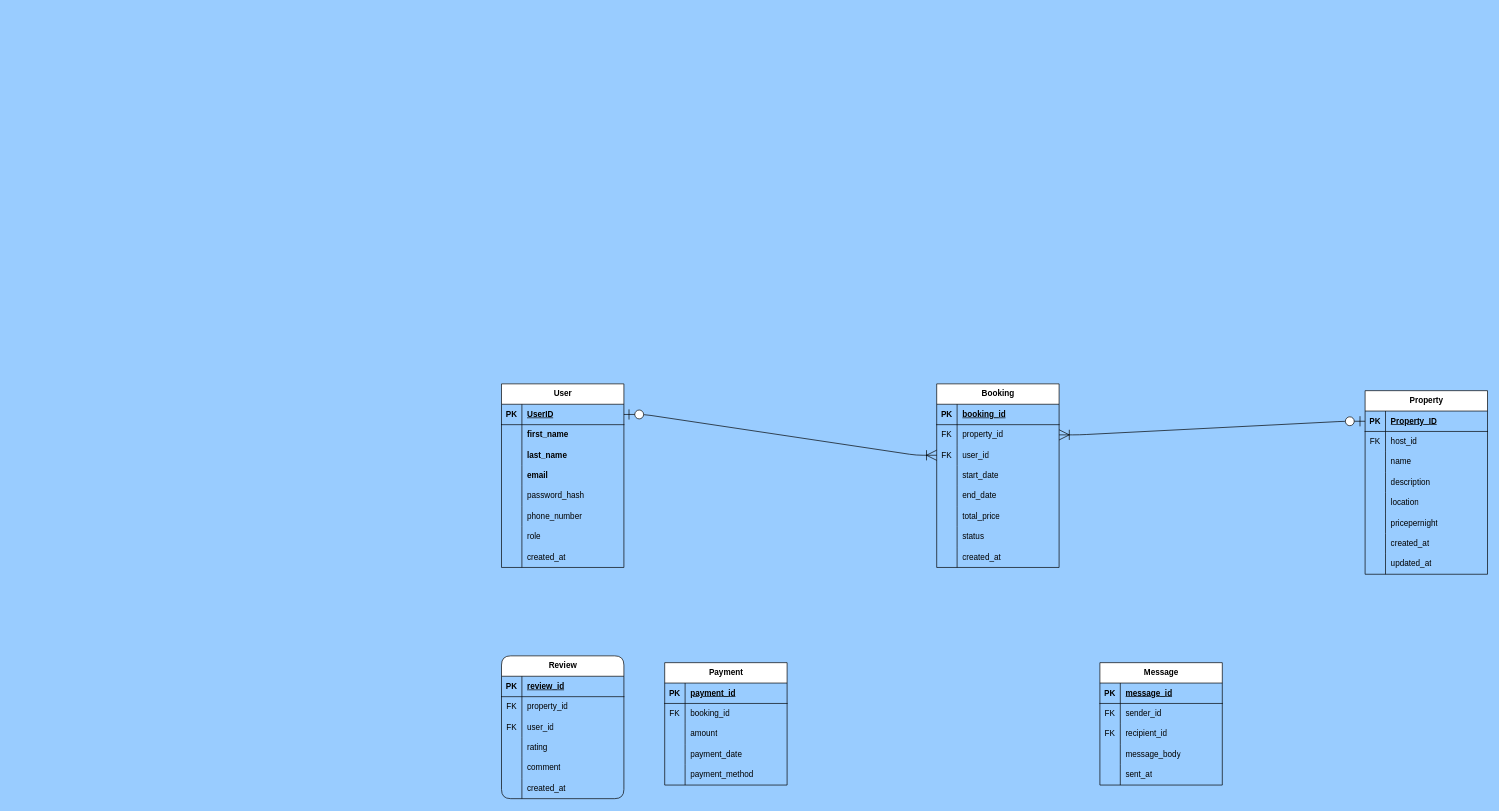
Earlier version of the draw.io diagram ERD/ERD.drawio (SimangaThinkDev/alx-airbnb-database). Source tidied: cells renumbered, new cells numbered last; positions are measured from the earlier drawing's top-left corner, leaving out a move shared by most shapes. Both pictures are drawn from the tidied source at 68%, with x=0, y=0 at pixel (501, 384).
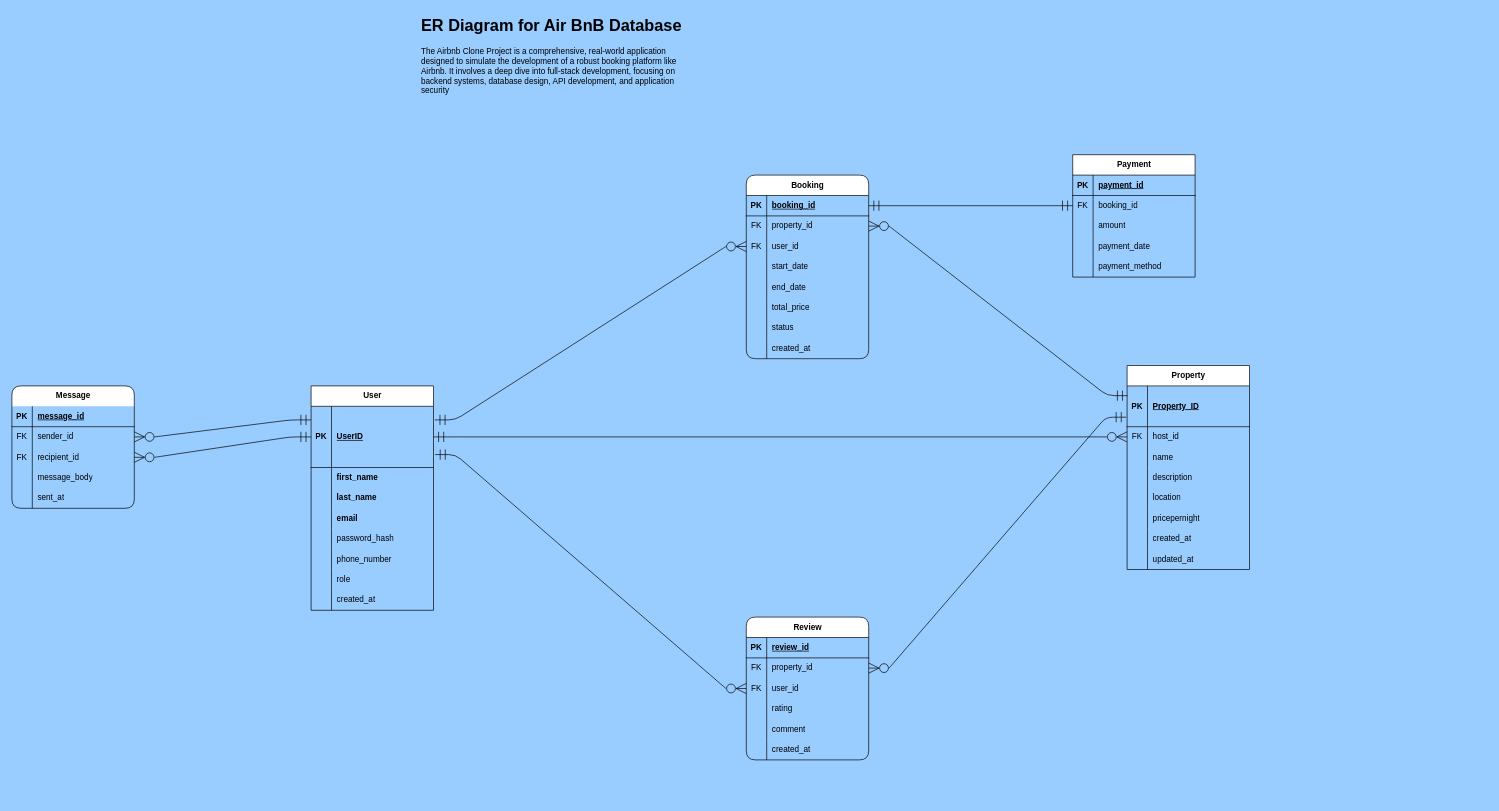
After the change.

Commit message (it also covers changes not shown here):
Done editing ER Diagram for the database

Unchanged cells that the change refers to:
```xml
<mxCell id="53" style="shape=tableRow;horizontal=0;startSize=0;swimlaneHead=0;swimlaneBody=0;fillColor=none;points=[[0,0.5],[1,0.5]];portConstraint=eastwest;top=0;left=0;right=0;bottom=1;" parent="52" vertex="1">
  <mxGeometry y="30" width="180" height="30" as="geometry" />
</mxCell>
<mxCell id="56" style="shape=tableRow;horizontal=0;startSize=0;swimlaneHead=0;swimlaneBody=0;fillColor=none;points=[[0,0.5],[1,0.5]];portConstraint=eastwest;top=0;left=0;right=0;bottom=0;" parent="52" vertex="1">
  <mxGeometry y="60" width="180" height="30" as="geometry" />
</mxCell>
<mxCell id="59" style="shape=tableRow;horizontal=0;startSize=0;swimlaneHead=0;swimlaneBody=0;fillColor=none;points=[[0,0.5],[1,0.5]];portConstraint=eastwest;top=0;left=0;right=0;bottom=0;" parent="52" vertex="1">
  <mxGeometry y="90" width="180" height="30" as="geometry" />
</mxCell>
<mxCell id="81" style="shape=tableRow;horizontal=0;startSize=0;swimlaneHead=0;swimlaneBody=0;fillColor=none;points=[[0,0.5],[1,0.5]];portConstraint=eastwest;top=0;left=0;right=0;bottom=0;" parent="77" vertex="1">
  <mxGeometry y="60" width="180" height="30" as="geometry" />
</mxCell>
<mxCell id="97" style="shape=tableRow;horizontal=0;startSize=0;swimlaneHead=0;swimlaneBody=0;fillColor=none;points=[[0,0.5],[1,0.5]];portConstraint=eastwest;top=0;left=0;right=0;bottom=0;" parent="93" vertex="1">
  <mxGeometry y="60" width="180" height="30" as="geometry" />
</mxCell>
<mxCell id="100" style="shape=tableRow;horizontal=0;startSize=0;swimlaneHead=0;swimlaneBody=0;fillColor=none;points=[[0,0.5],[1,0.5]];portConstraint=eastwest;top=0;left=0;right=0;bottom=0;" parent="93" vertex="1">
  <mxGeometry y="90" width="180" height="30" as="geometry" />
</mxCell>
<mxCell id="116" style="shape=tableRow;horizontal=0;startSize=0;swimlaneHead=0;swimlaneBody=0;fillColor=none;points=[[0,0.5],[1,0.5]];portConstraint=eastwest;top=0;left=0;right=0;bottom=0;" parent="112" vertex="1">
  <mxGeometry y="60" width="180" height="30" as="geometry" />
</mxCell>
<mxCell id="119" style="shape=tableRow;horizontal=0;startSize=0;swimlaneHead=0;swimlaneBody=0;fillColor=none;points=[[0,0.5],[1,0.5]];portConstraint=eastwest;top=0;left=0;right=0;bottom=0;" parent="112" vertex="1">
  <mxGeometry y="90" width="180" height="30" as="geometry" />
</mxCell>
```

The edit, as a diff of the source:
```diff
@@
     <mxCell id="2" value="User" style="shape=table;startSize=30;childLayout=tableLayout;rowLines=0;fontStyle=1;align=center;html=1;" parent="1" vertex="1">
-      <mxGeometry width="180" height="270" as="geometry" />
+      <mxGeometry x="-280" y="3" width="180" height="330" as="geometry" />
     </mxCell>
     <mxCell id="3" style="shape=tableRow;horizontal=0;startSize=0;swimlaneHead=0;swimlaneBody=0;fillColor=none;points=[[0,0.5],[1,0.5]];portConstraint=eastwest;top=0;left=0;right=0;bottom=1;" parent="2" vertex="1">
-      <mxGeometry y="30" width="180" height="30" as="geometry" />
+      <mxGeometry y="30" width="180" height="90" as="geometry" />
     </mxCell>
     <mxCell id="4" value="PK" style="shape=partialRectangle;fillColor=none;top=0;left=0;bottom=0;right=0;fontStyle=1;overflow=hidden;whiteSpace=wrap;html=1;" parent="3" vertex="1">
-      <mxGeometry width="30" height="30" as="geometry" />
+      <mxGeometry width="30" height="90" as="geometry" />
     </mxCell>
     <mxCell id="5" value="UserID" style="shape=partialRectangle;fillColor=none;top=0;left=0;bottom=0;right=0;align=left;spacingLeft=6;fontStyle=5;overflow=hidden;whiteSpace=wrap;html=1;" parent="3" vertex="1">
-      <mxGeometry x="30" width="150" height="30" as="geometry" />
+      <mxGeometry x="30" width="150" height="90" as="geometry" />
     </mxCell>
     <mxCell id="6" style="shape=tableRow;horizontal=0;startSize=0;swimlaneHead=0;swimlaneBody=0;fillColor=none;top=0;left=0;right=0;bottom=0;" parent="2" vertex="1">
-      <mxGeometry y="60" width="180" height="30" as="geometry" />
+      <mxGeometry y="120" width="180" height="30" as="geometry" />
     </mxCell>
@@
     <mxCell id="9" style="shape=tableRow;horizontal=0;startSize=0;swimlaneHead=0;swimlaneBody=0;fillColor=none;top=0;left=0;right=0;bottom=0;" parent="2" vertex="1">
-      <mxGeometry y="90" width="180" height="30" as="geometry" />
+      <mxGeometry y="150" width="180" height="30" as="geometry" />
     </mxCell>
@@
     <mxCell id="12" style="shape=tableRow;horizontal=0;startSize=0;swimlaneHead=0;swimlaneBody=0;fillColor=none;top=0;left=0;right=0;bottom=0;" parent="2" vertex="1">
-      <mxGeometry y="120" width="180" height="30" as="geometry" />
+      <mxGeometry y="180" width="180" height="30" as="geometry" />
     </mxCell>
@@
     <mxCell id="15" style="shape=tableRow;horizontal=0;startSize=0;swimlaneHead=0;swimlaneBody=0;fillColor=none;top=0;left=0;right=0;bottom=0;" parent="2" vertex="1">
-      <mxGeometry y="150" width="180" height="30" as="geometry" />
+      <mxGeometry y="210" width="180" height="30" as="geometry" />
     </mxCell>
@@
     <mxCell id="18" style="shape=tableRow;horizontal=0;startSize=0;swimlaneHead=0;swimlaneBody=0;fillColor=none;top=0;left=0;right=0;bottom=0;" parent="2" vertex="1">
-      <mxGeometry y="180" width="180" height="30" as="geometry" />
+      <mxGeometry y="240" width="180" height="30" as="geometry" />
     </mxCell>
@@
     <mxCell id="21" style="shape=tableRow;horizontal=0;startSize=0;swimlaneHead=0;swimlaneBody=0;fillColor=none;top=0;left=0;right=0;bottom=0;" parent="2" vertex="1">
-      <mxGeometry y="210" width="180" height="30" as="geometry" />
+      <mxGeometry y="270" width="180" height="30" as="geometry" />
     </mxCell>
@@
     <mxCell id="24" style="shape=tableRow;horizontal=0;startSize=0;swimlaneHead=0;swimlaneBody=0;fillColor=none;top=0;left=0;right=0;bottom=0;" parent="2" vertex="1">
-      <mxGeometry y="240" width="180" height="30" as="geometry" />
+      <mxGeometry y="300" width="180" height="30" as="geometry" />
     </mxCell>
@@
     <mxCell id="27" value="Property" style="shape=table;startSize=30;childLayout=tableLayout;rowLines=0;fontStyle=1;align=center;html=1;" parent="1" vertex="1">
-      <mxGeometry x="1270" y="10" width="180" height="270" as="geometry" />
+      <mxGeometry x="920" y="-27" width="180" height="300" as="geometry" />
     </mxCell>
     <mxCell id="28" style="shape=tableRow;horizontal=0;startSize=0;swimlaneHead=0;swimlaneBody=0;fillColor=none;points=[[0,0.5],[1,0.5]];portConstraint=eastwest;top=0;left=0;right=0;bottom=1;" parent="27" vertex="1">
-      <mxGeometry y="30" width="180" height="30" as="geometry" />
+      <mxGeometry y="30" width="180" height="60" as="geometry" />
     </mxCell>
     <mxCell id="29" value="PK" style="shape=partialRectangle;fillColor=none;top=0;left=0;bottom=0;right=0;fontStyle=1;overflow=hidden;whiteSpace=wrap;html=1;" parent="28" vertex="1">
-      <mxGeometry width="30" height="30" as="geometry" />
+      <mxGeometry width="30" height="60" as="geometry" />
     </mxCell>
     <mxCell id="30" value="Property_ID" style="shape=partialRectangle;fillColor=none;top=0;left=0;bottom=0;right=0;align=left;spacingLeft=6;fontStyle=5;overflow=hidden;whiteSpace=wrap;html=1;" parent="28" vertex="1">
-      <mxGeometry x="30" width="150" height="30" as="geometry" />
+      <mxGeometry x="30" width="150" height="60" as="geometry" />
     </mxCell>
     <mxCell id="31" style="shape=tableRow;horizontal=0;startSize=0;swimlaneHead=0;swimlaneBody=0;fillColor=none;points=[[0,0.5],[1,0.5]];portConstraint=eastwest;top=0;left=0;right=0;bottom=0;" parent="27" vertex="1">
-      <mxGeometry y="60" width="180" height="30" as="geometry" />
+      <mxGeometry y="90" width="180" height="30" as="geometry" />
     </mxCell>
@@
     <mxCell id="34" style="shape=tableRow;horizontal=0;startSize=0;swimlaneHead=0;swimlaneBody=0;fillColor=none;top=0;left=0;right=0;bottom=0;" parent="27" vertex="1">
-      <mxGeometry y="90" width="180" height="30" as="geometry" />
+      <mxGeometry y="120" width="180" height="30" as="geometry" />
     </mxCell>
@@
     <mxCell id="37" style="shape=tableRow;horizontal=0;startSize=0;swimlaneHead=0;swimlaneBody=0;fillColor=none;top=0;left=0;right=0;bottom=0;" parent="27" vertex="1">
-      <mxGeometry y="120" width="180" height="30" as="geometry" />
+      <mxGeometry y="150" width="180" height="30" as="geometry" />
     </mxCell>
@@
     <mxCell id="40" style="shape=tableRow;horizontal=0;startSize=0;swimlaneHead=0;swimlaneBody=0;fillColor=none;top=0;left=0;right=0;bottom=0;" parent="27" vertex="1">
-      <mxGeometry y="150" width="180" height="30" as="geometry" />
+      <mxGeometry y="180" width="180" height="30" as="geometry" />
     </mxCell>
@@
     <mxCell id="43" style="shape=tableRow;horizontal=0;startSize=0;swimlaneHead=0;swimlaneBody=0;fillColor=none;top=0;left=0;right=0;bottom=0;" parent="27" vertex="1">
-      <mxGeometry y="180" width="180" height="30" as="geometry" />
+      <mxGeometry y="210" width="180" height="30" as="geometry" />
     </mxCell>
@@
     <mxCell id="46" style="shape=tableRow;horizontal=0;startSize=0;swimlaneHead=0;swimlaneBody=0;fillColor=none;top=0;left=0;right=0;bottom=0;" parent="27" vertex="1">
-      <mxGeometry y="210" width="180" height="30" as="geometry" />
+      <mxGeometry y="240" width="180" height="30" as="geometry" />
     </mxCell>
@@
     <mxCell id="49" style="shape=tableRow;horizontal=0;startSize=0;swimlaneHead=0;swimlaneBody=0;fillColor=none;top=0;left=0;right=0;bottom=0;" parent="27" vertex="1">
-      <mxGeometry y="240" width="180" height="30" as="geometry" />
+      <mxGeometry y="270" width="180" height="30" as="geometry" />
     </mxCell>
@@
-    <mxCell id="52" value="Booking" style="shape=table;startSize=30;childLayout=tableLayout;rowLines=0;fontStyle=1;align=center;html=1;" parent="1" vertex="1">
-      <mxGeometry x="640" width="180" height="270" as="geometry" />
+    <mxCell id="52" value="Booking" style="shape=table;startSize=30;childLayout=tableLayout;rowLines=0;fontStyle=1;align=center;html=1;rounded=1;" parent="1" vertex="1">
+      <mxGeometry x="360" y="-307" width="180" height="270" as="geometry" />
     </mxCell>
@@
-    <mxCell id="77" value="Payment" style="shape=table;startSize=30;childLayout=tableLayout;rowLines=0;fontStyle=1;align=center;html=1;" parent="1" vertex="1">
-      <mxGeometry x="240" y="410" width="180" height="180" as="geometry" />
+    <mxCell id="77" value="Payment" style="shape=table;startSize=30;childLayout=tableLayout;rowLines=0;fontStyle=1;align=center;html=1;rounded=0;shadow=0;" parent="1" vertex="1">
+      <mxGeometry x="840" y="-337" width="180" height="180" as="geometry" />
     </mxCell>
@@
     <mxCell id="93" value="Review" style="shape=table;startSize=30;childLayout=tableLayout;rowLines=0;fontStyle=1;align=center;html=1;rounded=1;" parent="1" vertex="1">
-      <mxGeometry y="400" width="180" height="210" as="geometry" />
+      <mxGeometry x="360" y="343" width="180" height="210" as="geometry" />
     </mxCell>
@@
-    <mxCell id="112" value="Message" style="shape=table;startSize=30;childLayout=tableLayout;rowLines=0;fontStyle=1;align=center;html=1;" parent="1" vertex="1">
-      <mxGeometry x="880" y="410" width="180" height="180" as="geometry" />
+    <mxCell id="112" value="Message" style="shape=table;startSize=30;childLayout=tableLayout;rowLines=0;fontStyle=1;align=center;html=1;rounded=1;swimlaneLine=0;" parent="1" vertex="1">
+      <mxGeometry x="-720" y="3" width="180" height="180" as="geometry" />
     </mxCell>
@@
-    <mxCell id="128" style="edgeStyle=entityRelationEdgeStyle;fontSize=12;html=1;endArrow=ERoneToMany;startArrow=ERzeroToOne;entryX=0;entryY=0.5;entryDx=0;entryDy=0;exitX=1;exitY=0.5;exitDx=0;exitDy=0;endSize=13;startSize=13;" parent="1" edge="1" source="3" target="59">
+    <mxCell id="128" style="edgeStyle=entityRelationEdgeStyle;fontSize=12;html=1;endArrow=ERzeroToMany;startArrow=ERmandOne;entryX=0;entryY=0.5;entryDx=0;entryDy=0;endSize=13;startSize=13;endFill=0;startFill=0;" parent="1" edge="1" target="59">
       <mxGeometry relative="1" as="geometry">
+        <mxPoint x="-98" y="53" as="sourcePoint" />
         <Array as="points">
-          <mxPoint x="424.3" y="469.2" />
-          <mxPoint x="284.3" y="279.2" />
-          <mxPoint x="274.3" y="269.2" />
-          <mxPoint x="244.3" y="389.2" />
+          <mxPoint x="144.3" y="472.2" />
+          <mxPoint x="4.3" y="282.2" />
+          <mxPoint x="-5.7" y="272.2" />
+          <mxPoint x="-35.7" y="392.2" />
         </Array>
       </mxGeometry>
     </mxCell>
-    <mxCell id="129" style="edgeStyle=entityRelationEdgeStyle;fontSize=12;html=1;endArrow=ERoneToMany;startArrow=ERzeroToOne;entryX=1;entryY=0.5;entryDx=0;entryDy=0;exitX=0;exitY=0.5;exitDx=0;exitDy=0;endSize=13;startSize=13;" parent="1" edge="1" source="28" target="56">
+    <mxCell id="129" style="edgeStyle=entityRelationEdgeStyle;fontSize=12;html=1;endArrow=ERzeroToMany;startArrow=ERmandOne;entryX=1;entryY=0.5;entryDx=0;entryDy=0;exitX=0.004;exitY=0.239;exitDx=0;exitDy=0;endSize=13;startSize=13;exitPerimeter=0;startFill=0;endFill=0;" parent="1" edge="1" source="28" target="56">
       <mxGeometry relative="1" as="geometry">
         <Array as="points">
-          <mxPoint x="1034.3" y="344.2" />
-          <mxPoint x="894.3" y="154.2" />
-          <mxPoint x="884.3" y="144.2" />
-          <mxPoint x="854.3" y="264.2" />
+          <mxPoint x="754.3" y="347.2" />
+          <mxPoint x="614.3" y="157.2" />
+          <mxPoint x="604.3" y="147.2" />
+          <mxPoint x="574.3" y="267.2" />
         </Array>
       </mxGeometry>
     </mxCell>
+    <mxCell id="130" style="edgeStyle=entityRelationEdgeStyle;fontSize=12;html=1;endArrow=ERmandOne;startArrow=ERzeroToMany;endSize=13;startSize=13;exitX=1;exitY=0.5;exitDx=0;exitDy=0;startFill=0;endFill=0;" parent="1" edge="1" source="116">
+      <mxGeometry relative="1" as="geometry">
+        <mxPoint x="-280" y="53" as="targetPoint" />
+        <Array as="points">
+          <mxPoint x="154.3" y="222.2" />
+          <mxPoint x="-530" y="43" />
+          <mxPoint x="14.3" y="32.2" />
+          <mxPoint x="4.3" y="22.2" />
+          <mxPoint x="-25.7" y="142.2" />
+        </Array>
+      </mxGeometry>
+    </mxCell>
+    <mxCell id="131" style="edgeStyle=entityRelationEdgeStyle;fontSize=12;html=1;endArrow=ERmandOne;startArrow=ERzeroToMany;endSize=13;startSize=13;exitX=1;exitY=0.5;exitDx=0;exitDy=0;entryX=0;entryY=0.5;entryDx=0;entryDy=0;startFill=0;endFill=0;" parent="1" edge="1" source="119" target="3">
+      <mxGeometry relative="1" as="geometry">
+        <Array as="points">
+          <mxPoint x="164.3" y="232.2" />
+          <mxPoint x="-520" y="53" />
+          <mxPoint x="24.3" y="42.2" />
+          <mxPoint x="14.3" y="32.2" />
+          <mxPoint x="-15.7" y="152.2" />
+        </Array>
+      </mxGeometry>
+    </mxCell>
+    <mxCell id="132" style="edgeStyle=entityRelationEdgeStyle;fontSize=12;html=1;endArrow=ERmandOne;startArrow=ERmandOne;endSize=13;startSize=13;endFill=0;entryX=0;entryY=0.5;entryDx=0;entryDy=0;startFill=0;exitX=1;exitY=0.5;exitDx=0;exitDy=0;" parent="1" edge="1" source="53" target="81">
+      <mxGeometry relative="1" as="geometry">
+        <Array as="points">
+          <mxPoint x="764.3" y="192.2" />
+          <mxPoint x="80" y="13" />
+          <mxPoint x="624.3" y="2.2" />
+          <mxPoint x="614.3" y="-7.8" />
+          <mxPoint x="584.3" y="112.2" />
+        </Array>
+      </mxGeometry>
+    </mxCell>
+    <mxCell id="133" style="edgeStyle=entityRelationEdgeStyle;fontSize=12;html=1;endArrow=ERzeroToMany;startArrow=ERmandOne;endSize=13;startSize=13;entryX=0;entryY=0.5;entryDx=0;entryDy=0;endFill=0;startFill=0;exitX=1.013;exitY=0.789;exitDx=0;exitDy=0;exitPerimeter=0;" parent="1" edge="1" source="3" target="100">
+      <mxGeometry relative="1" as="geometry">
+        <Array as="points">
+          <mxPoint x="-70" y="3" />
+          <mxPoint x="714.3" y="-15.8" />
+          <mxPoint x="30" y="-195" />
+          <mxPoint x="574.3" y="-205.8" />
+          <mxPoint x="564.3" y="-215.8" />
+          <mxPoint x="534.3" y="-95.8" />
+        </Array>
+      </mxGeometry>
+    </mxCell>
+    <mxCell id="134" style="edgeStyle=entityRelationEdgeStyle;fontSize=12;html=1;endArrow=ERzeroToMany;startArrow=ERmandOne;endSize=13;startSize=13;endFill=0;startFill=0;entryX=1;entryY=0.5;entryDx=0;entryDy=0;exitX=-0.006;exitY=0.767;exitDx=0;exitDy=0;exitPerimeter=0;" parent="1" edge="1" source="28" target="97">
+      <mxGeometry relative="1" as="geometry">
+        <Array as="points">
+          <mxPoint x="630" y="-282" />
+          <mxPoint x="1414.3" y="-300.8" />
+          <mxPoint x="730" y="-480" />
+          <mxPoint x="1274.3" y="-490.8" />
+          <mxPoint x="1264.3" y="-500.8" />
+          <mxPoint x="1234.3" y="-380.8" />
+        </Array>
+      </mxGeometry>
+    </mxCell>
+    <mxCell id="135" style="edgeStyle=entityRelationEdgeStyle;fontSize=12;html=1;endArrow=ERmandOne;startArrow=ERzeroToMany;entryX=1;entryY=0.5;entryDx=0;entryDy=0;endSize=13;startSize=13;startFill=0;endFill=0;exitX=0;exitY=0.5;exitDx=0;exitDy=0;" parent="1" edge="1" source="31" target="3">
+      <mxGeometry relative="1" as="geometry">
+        <Array as="points">
+          <mxPoint x="494.3" y="339.2" />
+          <mxPoint x="650" y="53" />
+          <mxPoint x="410" y="113" />
+          <mxPoint x="620" y="63" />
+          <mxPoint x="354.3" y="149.2" />
+          <mxPoint x="344.3" y="139.2" />
+          <mxPoint x="314.3" y="259.2" />
+        </Array>
+      </mxGeometry>
+    </mxCell>
+    <mxCell id="136" value="&lt;h1 style=&quot;margin-top: 0px;&quot;&gt;ER Diagram for Air BnB Database&lt;/h1&gt;&lt;p&gt;The Airbnb Clone Project is a comprehensive, real-world application designed to simulate the development of a robust booking platform like Airbnb. It involves a deep dive into full-stack development, focusing on backend systems, database design, API development, and application security&lt;/p&gt;" style="text;html=1;whiteSpace=wrap;overflow=hidden;rounded=0;" parent="1" vertex="1">
+      <mxGeometry x="-120" y="-547" width="400" height="210" as="geometry" />
+    </mxCell>
```
